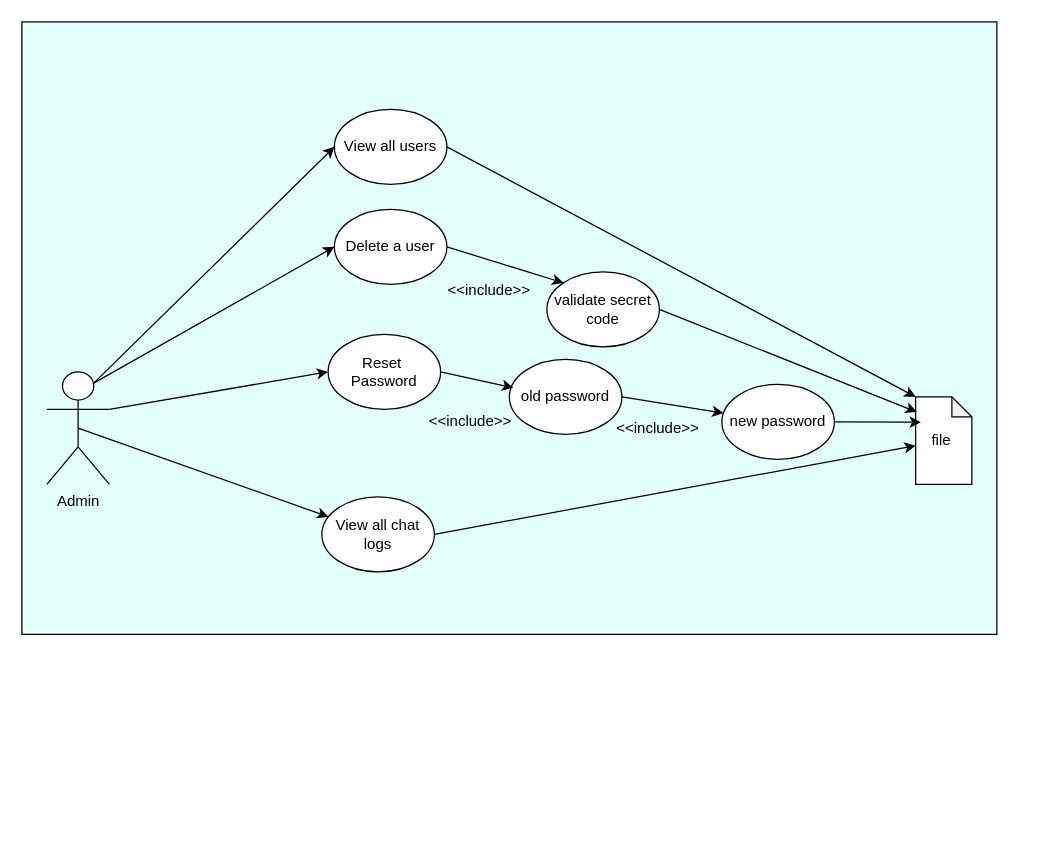
SvayMonirath/JorJek keeps this draw.io diagram as Diagram/Admin.drawio. Above is the earlier version. Source tidied: cells renumbered, new cells numbered last; positions are measured from the earlier drawing's top-left corner, leaving out a move shared by most shapes. Both pictures are drawn from the tidied source at 125%, with x=0, y=0 at pixel (21, 21).
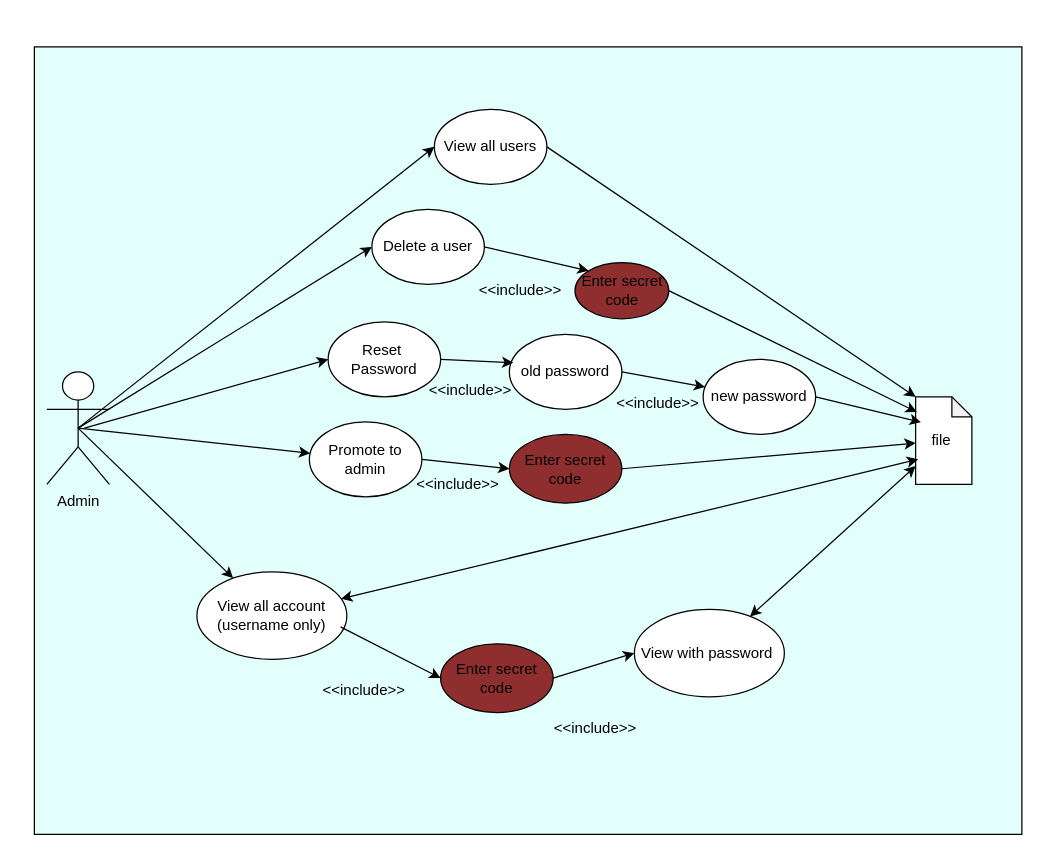
The same diagram, later.

Commit message (it also covers changes not shown here):
Implement Saving Chat Log

The change refers to these unchanged cells:
```xml
<mxCell id="6" value="Admin&lt;div&gt;&lt;br&gt;&lt;/div&gt;" style="shape=umlActor;verticalLabelPosition=bottom;verticalAlign=top;html=1;outlineConnect=0;" parent="1" vertex="1">
  <mxGeometry x="20" y="280" width="50" height="90" as="geometry" />
</mxCell>
<mxCell id="9" value="file&amp;nbsp;" style="shape=note;whiteSpace=wrap;html=1;backgroundOutline=1;darkOpacity=0.05;size=16;" parent="1" vertex="1">
  <mxGeometry x="715" y="300" width="45" height="70" as="geometry" />
</mxCell>
```

Change to the diagram source:
```diff
@@
     <mxCell id="2" style="rounded=0;whiteSpace=wrap;html=1;fillColor=#E3FFFC;" parent="1" vertex="1">
-      <mxGeometry width="780" height="490" as="geometry" />
+      <mxGeometry x="10" y="20" width="790" height="630" as="geometry" />
     </mxCell>
-    <mxCell id="3" style="edgeStyle=none;html=1;exitX=0.75;exitY=0.1;exitDx=0;exitDy=0;exitPerimeter=0;entryX=0;entryY=0.5;entryDx=0;entryDy=0;" parent="1" edge="1" source="6" target="12">
+    <mxCell id="3" style="edgeStyle=none;html=1;exitX=0.5;exitY=0.5;exitDx=0;exitDy=0;exitPerimeter=0;entryX=0;entryY=0.5;entryDx=0;entryDy=0;" parent="1" edge="1" source="6" target="12">
       <mxGeometry relative="1" as="geometry" />
     </mxCell>
-    <mxCell id="4" style="edgeStyle=none;html=1;exitX=1;exitY=0.3333333333333333;exitDx=0;exitDy=0;exitPerimeter=0;entryX=0;entryY=0.5;entryDx=0;entryDy=0;" parent="1" edge="1" source="6" target="16">
-      <mxGeometry relative="1" as="geometry" />
+    <mxCell id="4" style="edgeStyle=none;html=1;entryX=0;entryY=0.5;entryDx=0;entryDy=0;" parent="1" edge="1" target="16">
+      <mxGeometry relative="1" as="geometry">
+        <mxPoint x="50" y="325" as="sourcePoint" />
+      </mxGeometry>
     </mxCell>
@@
-    <mxCell id="7" style="endArrow=classic;html=1;exitX=0.75;exitY=0.1;exitDx=0;exitDy=0;exitPerimeter=0;entryX=0;entryY=0.5;entryDx=0;entryDy=0;" parent="1" edge="1" source="6" target="8">
+    <mxCell id="7" style="endArrow=classic;html=1;exitX=0.5;exitY=0.5;exitDx=0;exitDy=0;exitPerimeter=0;entryX=0;entryY=0.5;entryDx=0;entryDy=0;" parent="1" edge="1" source="6" target="8">
       <mxGeometry relative="1" as="geometry" />
     </mxCell>
     <mxCell id="8" value="View all users" style="ellipse;whiteSpace=wrap;html=1;" parent="1" vertex="1">
-      <mxGeometry x="250" y="70" width="90" height="60" as="geometry" />
+      <mxGeometry x="330" y="70" width="90" height="60" as="geometry" />
     </mxCell>
@@
     <mxCell id="12" value="Delete a user" style="ellipse;whiteSpace=wrap;html=1;" parent="1" vertex="1">
-      <mxGeometry x="250" y="150" width="90" height="60" as="geometry" />
+      <mxGeometry x="280" y="150" width="90" height="60" as="geometry" />
     </mxCell>
-    <mxCell id="13" value="validate secret code" style="ellipse;whiteSpace=wrap;html=1;" parent="1" vertex="1">
-      <mxGeometry x="420" y="200" width="90" height="60" as="geometry" />
+    <mxCell id="13" value="Enter secret code" style="ellipse;whiteSpace=wrap;html=1;fillColor=#8F2E2E;" parent="1" vertex="1">
+      <mxGeometry x="442.5" y="192.5" width="75" height="45" as="geometry" />
     </mxCell>
@@
     <mxCell id="15" value="&amp;lt;&amp;lt;include&amp;gt;&amp;gt;" style="text;strokeColor=none;fillColor=none;align=left;verticalAlign=middle;spacingLeft=4;spacingRight=4;overflow=hidden;whiteSpace=wrap;html=1;" parent="1" vertex="1">
-      <mxGeometry x="335" y="200" width="80" height="30" as="geometry" />
+      <mxGeometry x="360" y="200" width="80" height="30" as="geometry" />
     </mxCell>
     <mxCell id="16" value="Reset&amp;nbsp;&lt;div&gt;Password&lt;/div&gt;" style="ellipse;whiteSpace=wrap;html=1;" parent="1" vertex="1">
-      <mxGeometry x="245" y="250" width="90" height="60" as="geometry" />
+      <mxGeometry x="245" y="240" width="90" height="60" as="geometry" />
     </mxCell>
@@
     <mxCell id="18" value="old password" style="ellipse;whiteSpace=wrap;html=1;" parent="1" vertex="1">
-      <mxGeometry x="390" y="270" width="90" height="60" as="geometry" />
+      <mxGeometry x="390" y="250" width="90" height="60" as="geometry" />
     </mxCell>
@@
     <mxCell id="20" value="new password" style="ellipse;whiteSpace=wrap;html=1;" parent="1" vertex="1">
-      <mxGeometry x="560" y="290" width="90" height="60" as="geometry" />
+      <mxGeometry x="545" y="270" width="90" height="60" as="geometry" />
     </mxCell>
@@
     <mxCell id="22" value="&amp;lt;&amp;lt;include&amp;gt;&amp;gt;" style="text;strokeColor=none;fillColor=none;align=left;verticalAlign=middle;spacingLeft=4;spacingRight=4;overflow=hidden;whiteSpace=wrap;html=1;" parent="1" vertex="1">
-      <mxGeometry x="320" y="305" width="80" height="30" as="geometry" />
+      <mxGeometry x="320" y="280" width="80" height="30" as="geometry" />
     </mxCell>
     <mxCell id="23" value="&amp;lt;&amp;lt;include&amp;gt;&amp;gt;" style="text;strokeColor=none;fillColor=none;align=left;verticalAlign=middle;spacingLeft=4;spacingRight=4;overflow=hidden;whiteSpace=wrap;html=1;" parent="1" vertex="1">
-      <mxGeometry x="470" y="310" width="80" height="30" as="geometry" />
+      <mxGeometry x="470" y="290" width="80" height="30" as="geometry" />
     </mxCell>
+    <mxCell id="25" value="View all account&lt;div&gt;(username only)&lt;/div&gt;" style="ellipse;whiteSpace=wrap;html=1;" parent="1" vertex="1">
+      <mxGeometry x="140" y="440" width="120" height="70" as="geometry" />
+    </mxCell>
+    <mxCell id="26" value="View with password&amp;nbsp;" style="ellipse;whiteSpace=wrap;html=1;" parent="1" vertex="1">
+      <mxGeometry x="490" y="470" width="120" height="70" as="geometry" />
+    </mxCell>
+    <mxCell id="27" style="edgeStyle=none;html=1;exitX=0.958;exitY=0.629;exitDx=0;exitDy=0;exitPerimeter=0;entryX=0;entryY=0.5;entryDx=0;entryDy=0;" parent="1" edge="1" source="25" target="28">
+      <mxGeometry relative="1" as="geometry" />
+    </mxCell>
+    <mxCell id="28" value="Enter secret code" style="ellipse;whiteSpace=wrap;html=1;fillColor=#8F2E2E;" parent="1" vertex="1">
+      <mxGeometry x="335" y="497.5" width="90" height="55" as="geometry" />
+    </mxCell>
+    <mxCell id="29" style="edgeStyle=none;html=1;exitX=1;exitY=0.5;exitDx=0;exitDy=0;entryX=0;entryY=0.5;entryDx=0;entryDy=0;" parent="1" edge="1" source="28" target="26">
+      <mxGeometry relative="1" as="geometry" />
+    </mxCell>
+    <mxCell id="30" value="&amp;lt;&amp;lt;include&amp;gt;&amp;gt;" style="text;strokeColor=none;fillColor=none;align=left;verticalAlign=middle;spacingLeft=4;spacingRight=4;overflow=hidden;whiteSpace=wrap;html=1;" parent="1" vertex="1">
+      <mxGeometry x="235" y="520" width="80" height="30" as="geometry" />
+    </mxCell>
+    <mxCell id="31" value="&amp;lt;&amp;lt;include&amp;gt;&amp;gt;" style="text;strokeColor=none;fillColor=none;align=left;verticalAlign=middle;spacingLeft=4;spacingRight=4;overflow=hidden;whiteSpace=wrap;html=1;" parent="1" vertex="1">
+      <mxGeometry x="420" y="550" width="80" height="30" as="geometry" />
+    </mxCell>
+    <mxCell id="32" style="endArrow=classic;startArrow=classic;html=1;" parent="1" edge="1" source="26" target="9">
+      <mxGeometry relative="1" as="geometry" />
+    </mxCell>
-    <mxCell id="24" style="edgeStyle=none;html=1;exitX=1;exitY=0.5;exitDx=0;exitDy=0;" parent="1" edge="1" source="25" target="9">
+    <mxCell id="24" style="endArrow=classic;startArrow=classic;html=1;entryX=0.044;entryY=0.714;entryDx=0;entryDy=0;entryPerimeter=0;" parent="1" edge="1" source="25" target="9">
       <mxGeometry relative="1" as="geometry" />
     </mxCell>
-    <mxCell id="25" value="View all chat logs" style="ellipse;whiteSpace=wrap;html=1;" parent="1" vertex="1">
-      <mxGeometry x="240" y="380" width="90" height="60" as="geometry" />
-    </mxCell>
+    <mxCell id="33" value="Promote to admin" style="ellipse;whiteSpace=wrap;html=1;" parent="1" vertex="1">
+      <mxGeometry x="230" y="320" width="90" height="60" as="geometry" />
+    </mxCell>
+    <mxCell id="34" style="edgeStyle=none;html=1;exitX=0.5;exitY=0.5;exitDx=0;exitDy=0;exitPerimeter=0;" parent="1" edge="1" source="6" target="33">
+      <mxGeometry relative="1" as="geometry" />
+    </mxCell>
+    <mxCell id="35" value="Enter secret code" style="ellipse;whiteSpace=wrap;html=1;fillColor=#8F2E2E;" parent="1" vertex="1">
+      <mxGeometry x="390" y="330" width="90" height="55" as="geometry" />
+    </mxCell>
+    <mxCell id="36" style="edgeStyle=none;html=1;exitX=1;exitY=0.5;exitDx=0;exitDy=0;entryX=0;entryY=0.5;entryDx=0;entryDy=0;" parent="1" edge="1" source="33" target="35">
+      <mxGeometry relative="1" as="geometry" />
+    </mxCell>
+    <mxCell id="37" style="edgeStyle=none;html=1;exitX=1;exitY=0.5;exitDx=0;exitDy=0;" parent="1" edge="1" source="35" target="9">
+      <mxGeometry relative="1" as="geometry" />
+    </mxCell>
+    <mxCell id="38" value="&amp;lt;&amp;lt;include&amp;gt;&amp;gt;" style="text;strokeColor=none;fillColor=none;align=left;verticalAlign=middle;spacingLeft=4;spacingRight=4;overflow=hidden;whiteSpace=wrap;html=1;" parent="1" vertex="1">
+      <mxGeometry x="310" y="355" width="80" height="30" as="geometry" />
+    </mxCell>
```
